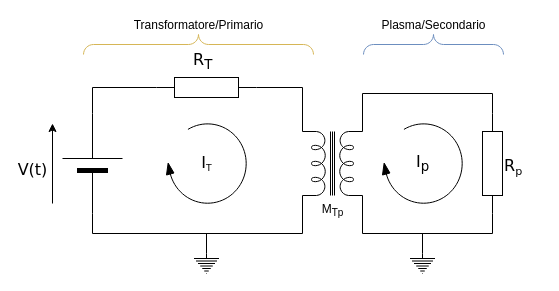
This is page "PlasmaCircuit" (1 of 8) of TesiMagistraleEma/Pictures/Trasformatore/PlasmaCircuit.drawio from Alfystar/fusionLab, a draw.io file, before an edit. Source tidied: cells renumbered, new cells numbered last; positions are measured from the earlier drawing's top-left corner, leaving out a move shared by most shapes. Both pictures are drawn from the tidied source at 100%, with x=0, y=0 at pixel (42, 23).
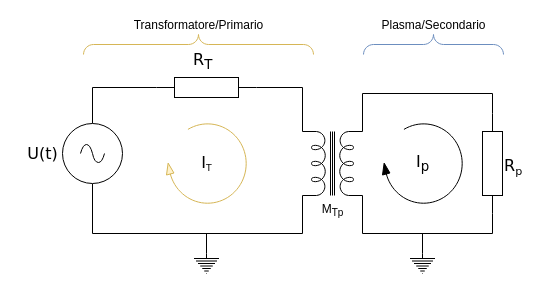
The same page after the edit.

Unchanged cells that the change refers to:
```xml
<mxCell id="8" style="verticalLabelPosition=bottom;shadow=0;dashed=0;align=center;html=1;verticalAlign=top;strokeWidth=1;shape=mxgraph.electrical.resistors.resistor_1;rounded=1;comic=0;labelBackgroundColor=none;fontFamily=Verdana;fontSize=12;rotation=0;" parent="7" vertex="1">
  <mxGeometry x="-26" y="54" width="100" height="20" as="geometry" />
</mxCell>
<mxCell id="11" value="M&lt;sub&gt;Tp&lt;/sub&gt;" style="verticalLabelPosition=bottom;shadow=0;dashed=0;align=center;html=1;verticalAlign=top;shape=mxgraph.electrical.inductors.transformer_2;direction=south;" parent="1" vertex="1">
  <mxGeometry x="260" y="108" width="60" height="64" as="geometry" />
</mxCell>
```

What changed in the source:
```diff
@@
-    <mxCell id="2" value="I&lt;span style=&quot;font-size: 11.1111px&quot;&gt;&lt;sub&gt;T&lt;/sub&gt;&lt;/span&gt;" style="verticalLabelPosition=middle;html=1;verticalAlign=middle;strokeWidth=1;shape=mxgraph.lean_mapping.physical_pull;rounded=1;shadow=0;comic=0;labelBackgroundColor=none;fillColor=#000000;fontFamily=Verdana;fontSize=16;align=center;flipH=1;labelPosition=center;" parent="1" vertex="1">
+    <mxCell id="2" value="I&lt;span style=&quot;font-size: 11.1111px&quot;&gt;&lt;sub&gt;T&lt;/sub&gt;&lt;/span&gt;" style="verticalLabelPosition=middle;html=1;verticalAlign=middle;strokeWidth=1;shape=mxgraph.lean_mapping.physical_pull;rounded=1;shadow=0;comic=0;labelBackgroundColor=none;fillColor=#fff2cc;fontFamily=Verdana;fontSize=16;align=center;flipH=1;labelPosition=center;strokeColor=#d6b656;" parent="1" vertex="1">
       <mxGeometry x="124" y="100" width="80" height="80" as="geometry" />
     </mxCell>
@@
-    <mxCell id="4" style="group;" parent="1" vertex="1">
-      <mxGeometry x="10" y="90" width="70" height="100" as="geometry" />
-    </mxCell>
-    <mxCell id="5" style="verticalLabelPosition=bottom;shadow=0;dashed=0;align=center;fillColor=#000000;html=1;verticalAlign=top;strokeWidth=1;shape=mxgraph.electrical.miscellaneous.monocell_battery;rounded=1;comic=0;labelBackgroundColor=none;fontFamily=Verdana;fontSize=12;rotation=-90;" parent="4" vertex="1">
-      <mxGeometry x="-10" y="20" width="100" height="60" as="geometry" />
-    </mxCell>
-    <mxCell id="6" value="V(t)" style="endArrow=classic;html=1;labelBackgroundColor=none;strokeWidth=1;fontFamily=Verdana;fontSize=16;" parent="4" edge="1">
-      <mxGeometry x="-0.14" y="20" relative="1" as="geometry">
-        <mxPoint y="90" as="sourcePoint" />
-        <mxPoint y="10" as="targetPoint" />
-      </mxGeometry>
-    </mxCell>
@@
-    <mxCell id="10" style="edgeStyle=orthogonalEdgeStyle;rounded=0;jettySize=auto;html=1;exitX=1;exitY=1;exitDx=0;exitDy=0;exitPerimeter=0;entryX=0;entryY=0.5;entryDx=0;entryDy=0;entryPerimeter=0;endArrow=none;endFill=0;" parent="1" edge="1" source="11" target="5">
-      <mxGeometry relative="1" as="geometry" />
+    <mxCell id="10" style="edgeStyle=orthogonalEdgeStyle;rounded=0;jettySize=auto;html=1;exitX=1;exitY=1;exitDx=0;exitDy=0;exitPerimeter=0;entryX=0.5;entryY=1;entryDx=0;entryDy=0;entryPerimeter=0;endArrow=none;endFill=0;" parent="1" edge="1" source="11" target="25">
+      <mxGeometry relative="1" as="geometry">
+        <Array as="points">
+          <mxPoint x="260" y="210" />
+          <mxPoint x="50" y="210" />
+        </Array>
+      </mxGeometry>
     </mxCell>
@@
-    <mxCell id="19" style="edgeStyle=orthogonalEdgeStyle;rounded=0;jettySize=auto;html=1;exitX=1;exitY=0.5;exitDx=0;exitDy=0;exitPerimeter=0;entryX=0;entryY=0.5;entryDx=0;entryDy=0;entryPerimeter=0;endArrow=none;endFill=0;" parent="1" edge="1" source="5" target="8">
+    <mxCell id="19" style="edgeStyle=orthogonalEdgeStyle;rounded=0;jettySize=auto;html=1;exitX=0.5;exitY=0;exitDx=0;exitDy=0;exitPerimeter=0;entryX=0;entryY=0.5;entryDx=0;entryDy=0;entryPerimeter=0;endArrow=none;endFill=0;" parent="1" edge="1" source="25" target="8">
       <mxGeometry relative="1" as="geometry" />
     </mxCell>
@@
+    <mxCell id="25" value="U(t)" style="verticalLabelPosition=bottom;shadow=0;dashed=0;align=center;html=1;verticalAlign=top;shape=mxgraph.electrical.signal_sources.source;points=[[0.5,0,0],[1,0.5,0],[0.5,1,0],[0,0.5,0]];elSignalType=ac;spacingLeft=0;spacingRight=100;spacingTop=-46;fontFamily=Verdana;fontSize=16;" parent="1" vertex="1">
+      <mxGeometry x="20" y="100" width="60" height="60" as="geometry" />
+    </mxCell>
```
